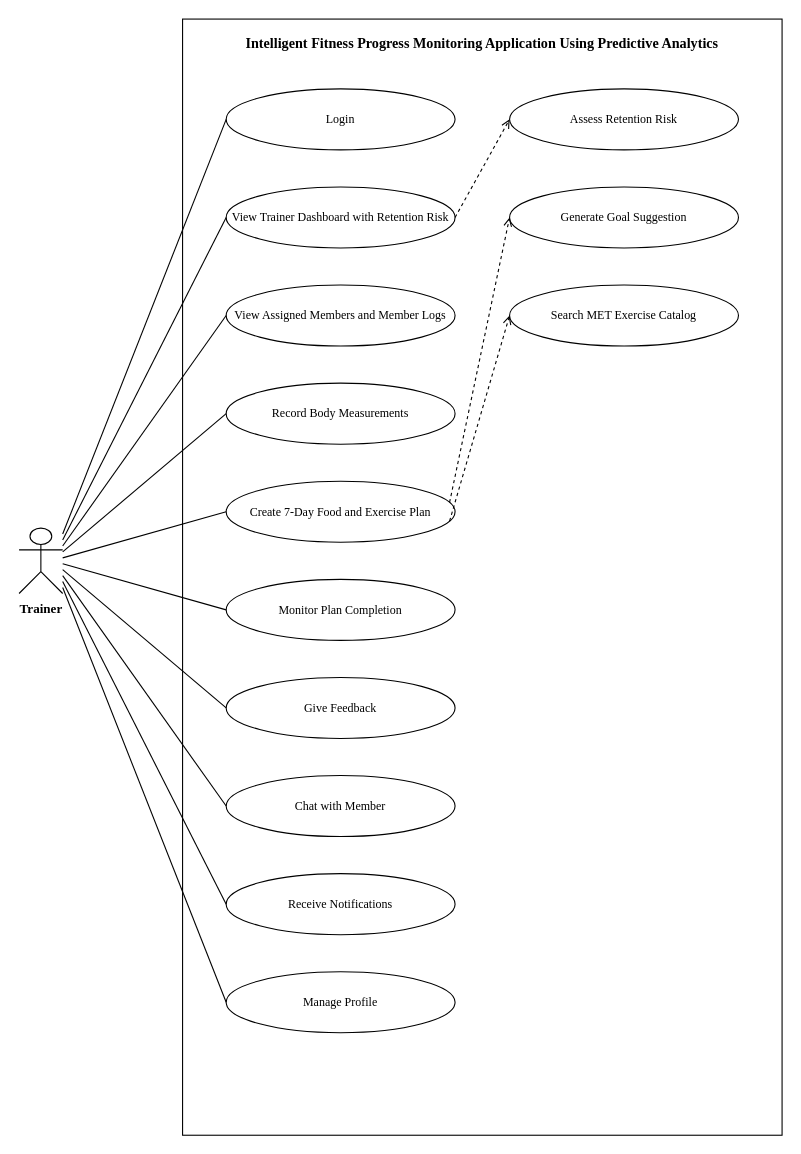
Earlier version of the draw.io diagram chapter123/UseCase-Fig27-Trainer.drawio (JohnPaul010505/capstsh). Source tidied: cells renumbered, new cells numbered last; positions are measured from the earlier drawing's top-left corner, leaving out a move shared by most shapes. Both pictures are drawn from the tidied source at 109%, with x=0, y=0 at pixel (19, 19).
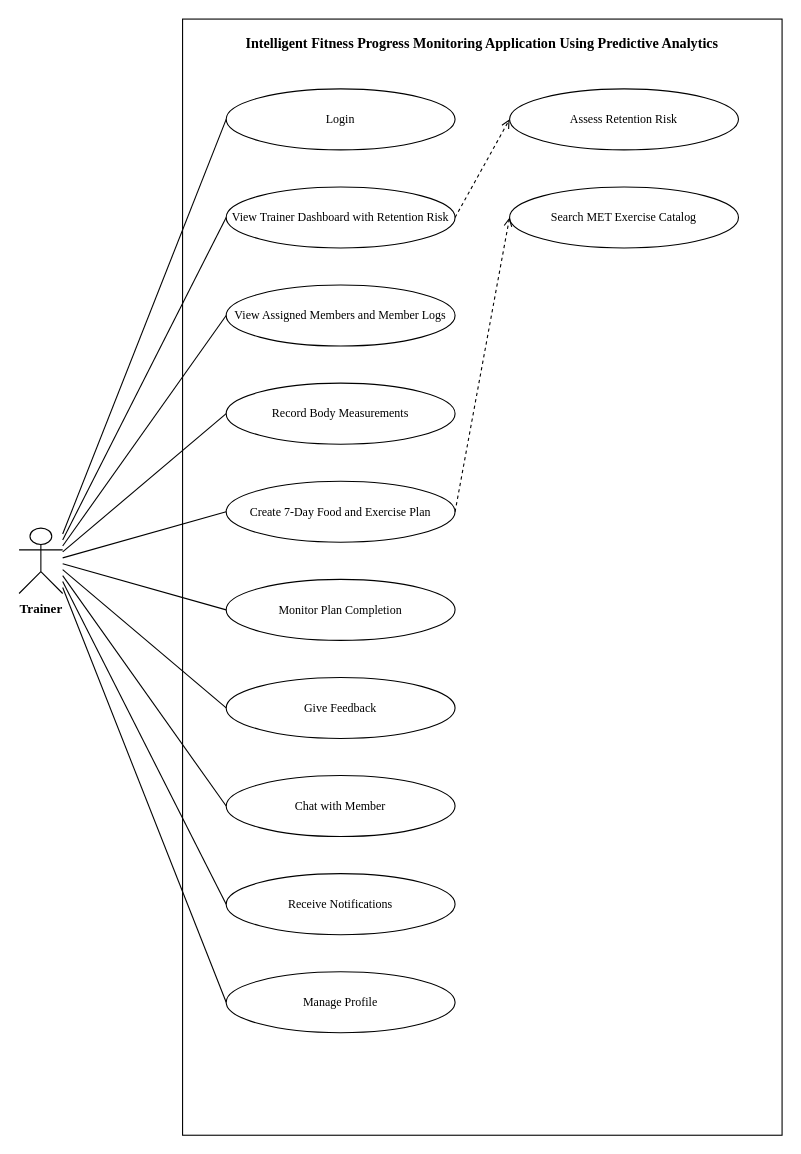
After the change.

Unchanged cells that the change refers to:
```xml
<mxCell id="7" value="Create 7-Day Food and Exercise Plan" style="ellipse;whiteSpace=wrap;html=1;fillColor=#FFFFFF;strokeColor=#000000;fontFamily=Times New Roman;fontSize=11;" parent="1" vertex="1">
  <mxGeometry x="190" y="424" width="210" height="56" as="geometry" />
</mxCell>
```

Change to the diagram source:
```diff
@@
-    <mxCell id="14" value="Generate Goal Suggestion" style="ellipse;whiteSpace=wrap;html=1;fillColor=#FFFFFF;strokeColor=#000000;fontFamily=Times New Roman;fontSize=11;" parent="1" vertex="1">
-      <mxGeometry x="450" y="154" width="210" height="56" as="geometry" />
-    </mxCell>
     <mxCell id="15" value="Search MET Exercise Catalog" style="ellipse;whiteSpace=wrap;html=1;fillColor=#FFFFFF;strokeColor=#000000;fontFamily=Times New Roman;fontSize=11;" parent="1" vertex="1">
-      <mxGeometry x="450" y="244" width="210" height="56" as="geometry" />
+      <mxGeometry x="450" y="154" width="210" height="56" as="geometry" />
     </mxCell>
@@
-    <mxCell id="28" style="endArrow=open;endFill=0;dashed=1;html=1;strokeColor=#000000;fontFamily=Times New Roman;fontSize=10;fontStyle=1;labelBackgroundColor=#FFFFFF;exitX=1.000;exitY=0.333;exitDx=0;exitDy=0;entryX=0.000;entryY=0.500;entryDx=0;entryDy=0;" parent="1" edge="1" source="7" target="14">
+    <mxCell id="28" style="endArrow=open;endFill=0;dashed=1;html=1;strokeColor=#000000;fontFamily=Times New Roman;fontSize=10;fontStyle=1;labelBackgroundColor=#FFFFFF;exitX=1.000;exitY=0.500;exitDx=0;exitDy=0;entryX=0.000;entryY=0.500;entryDx=0;entryDy=0;" parent="1" edge="1" source="7" target="15">
       <mxGeometry relative="1" as="geometry" />
     </mxCell>
-    <mxCell id="29" style="endArrow=open;endFill=0;dashed=1;html=1;strokeColor=#000000;fontFamily=Times New Roman;fontSize=10;fontStyle=1;labelBackgroundColor=#FFFFFF;exitX=1.000;exitY=0.667;exitDx=0;exitDy=0;entryX=0.000;entryY=0.500;entryDx=0;entryDy=0;" parent="1" edge="1" source="7" target="15">
-      <mxGeometry relative="1" as="geometry" />
-    </mxCell>
```
